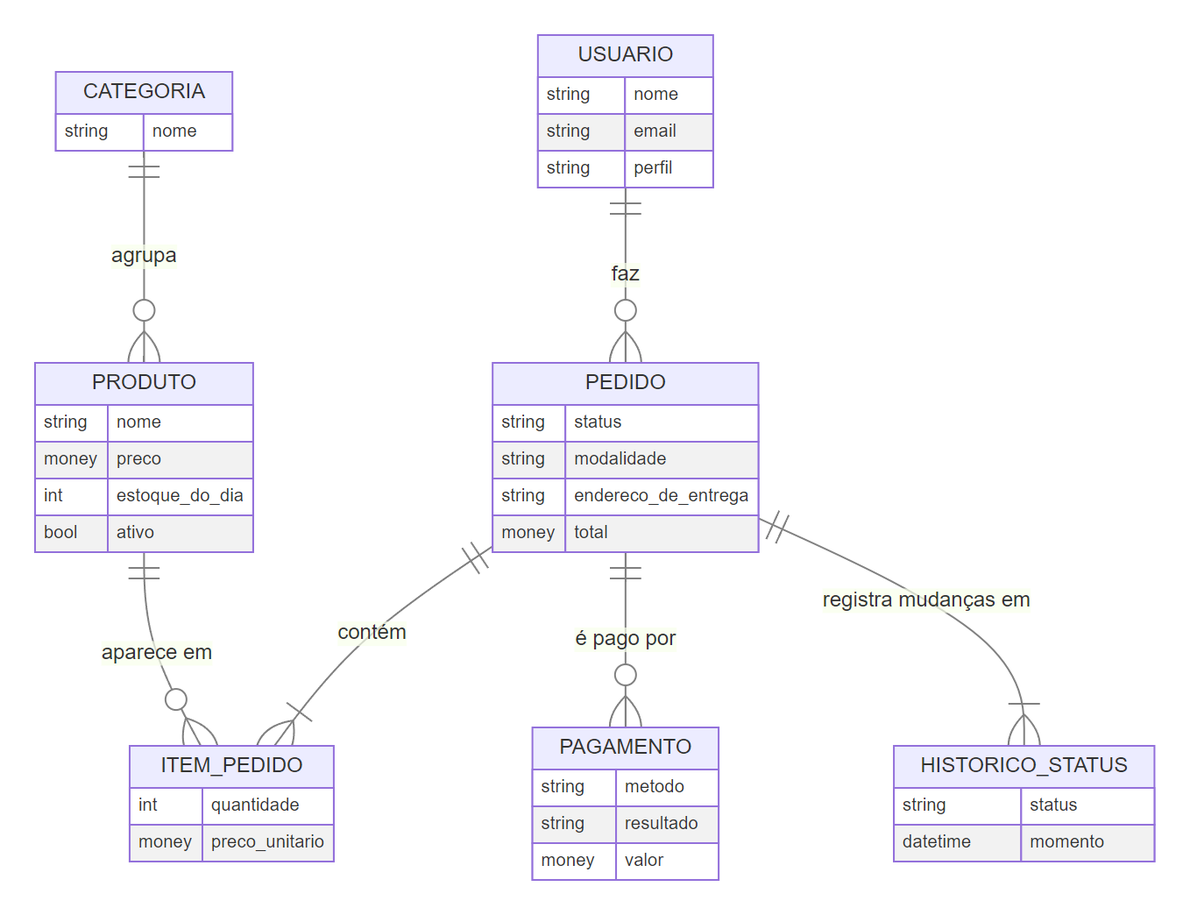
Earlier version of the Mermaid export docs/desenvolvimento/img/01-modelo-conceitual.png (gabrielmenezes007/projeto-LaCakes). Its source is kept beside it as docs/desenvolvimento/diagramas/01-modelo-conceitual.mmd. The source it was exported from:
```mermaid
erDiagram
  USUARIO ||--o{ PEDIDO : "faz"
  CATEGORIA ||--o{ PRODUTO : "agrupa"
  PEDIDO ||--|{ ITEM_PEDIDO : "contém"
  PRODUTO ||--o{ ITEM_PEDIDO : "aparece em"
  PEDIDO ||--o{ PAGAMENTO : "é pago por"
  PEDIDO ||--|{ HISTORICO_STATUS : "registra mudanças em"
  USUARIO {
    string nome
    string email
    string perfil
  }
  CATEGORIA {
    string nome
  }
  PRODUTO {
    string nome
    money preco
    int estoque_do_dia
    bool ativo
  }
  PEDIDO {
    string status
    string modalidade
    string endereco_de_entrega
    money total
  }
  ITEM_PEDIDO {
    int quantidade
    money preco_unitario
  }
  PAGAMENTO {
    string metodo
    string resultado
    money valor
  }
  HISTORICO_STATUS {
    string status
    datetime momento
  }
```
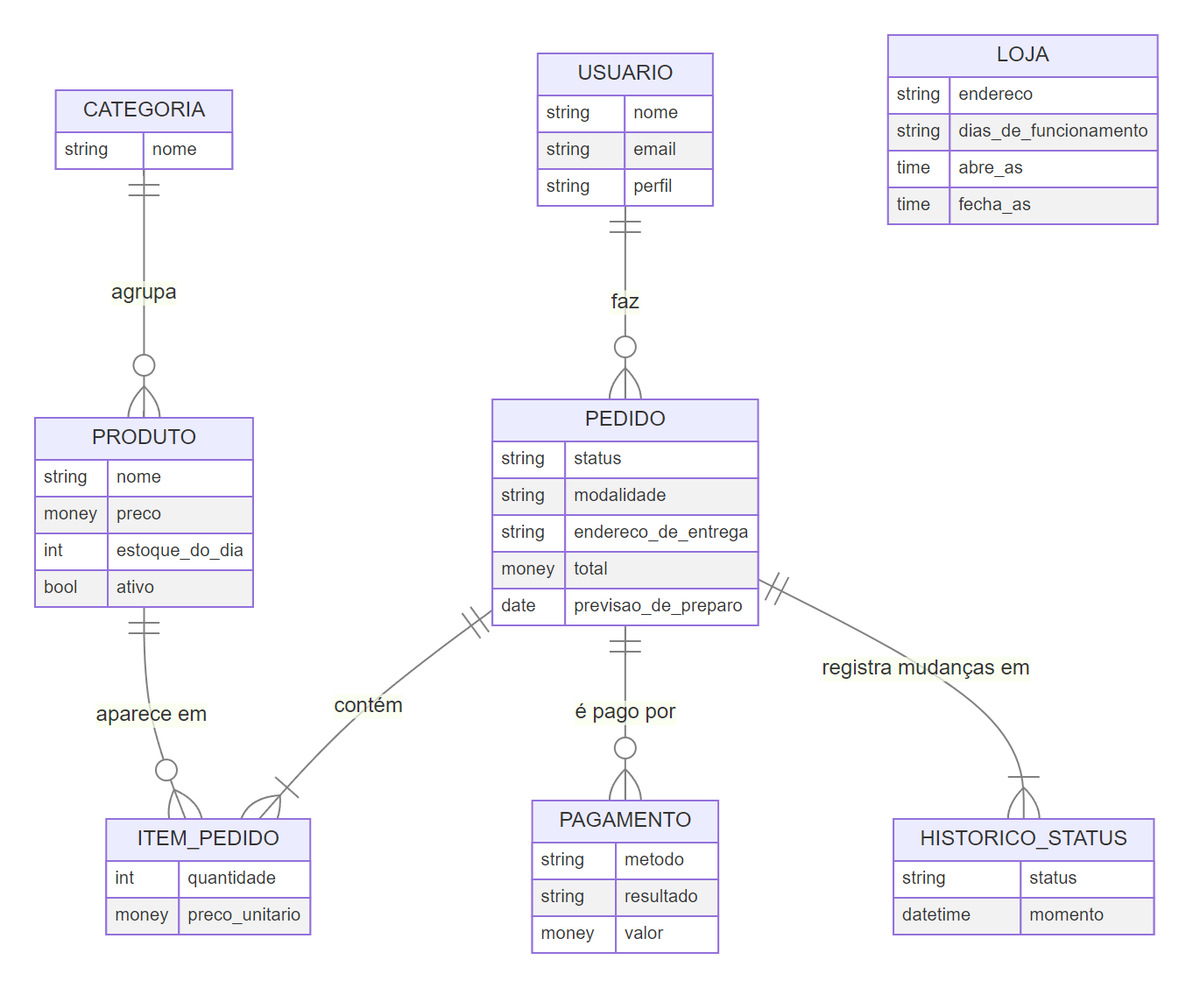
Later version of the same file.

What changed in the source:
```diff
@@ -24,6 +24,7 @@
     string modalidade
     string endereco_de_entrega
     money total
+    date previsao_de_preparo
   }
   ITEM_PEDIDO {
     int quantidade
@@ -38,3 +39,9 @@
     string status
     datetime momento
   }
+  LOJA {
+    string endereco
+    string dias_de_funcionamento
+    time abre_as
+    time fecha_as
+  }
```
